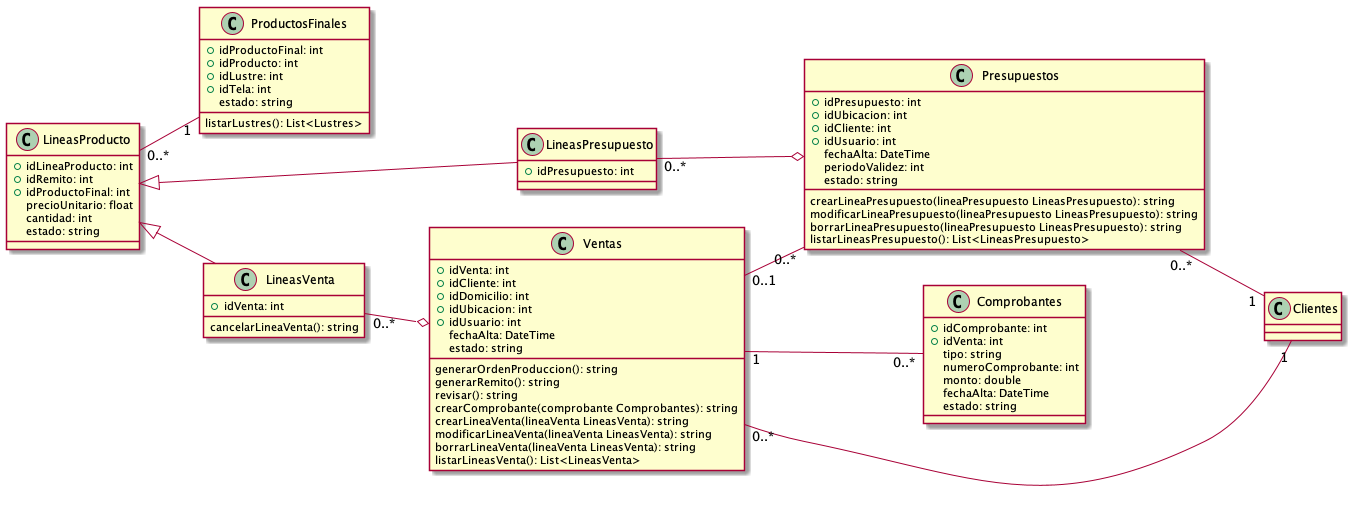
ZMGestion/DocumentacionZMGestion keeps this PlantUML diagram as Informe Final/Imagenes/DiagramaClases/Vistas/vistaPresupuestosVentas.png. Above is the earlier version.
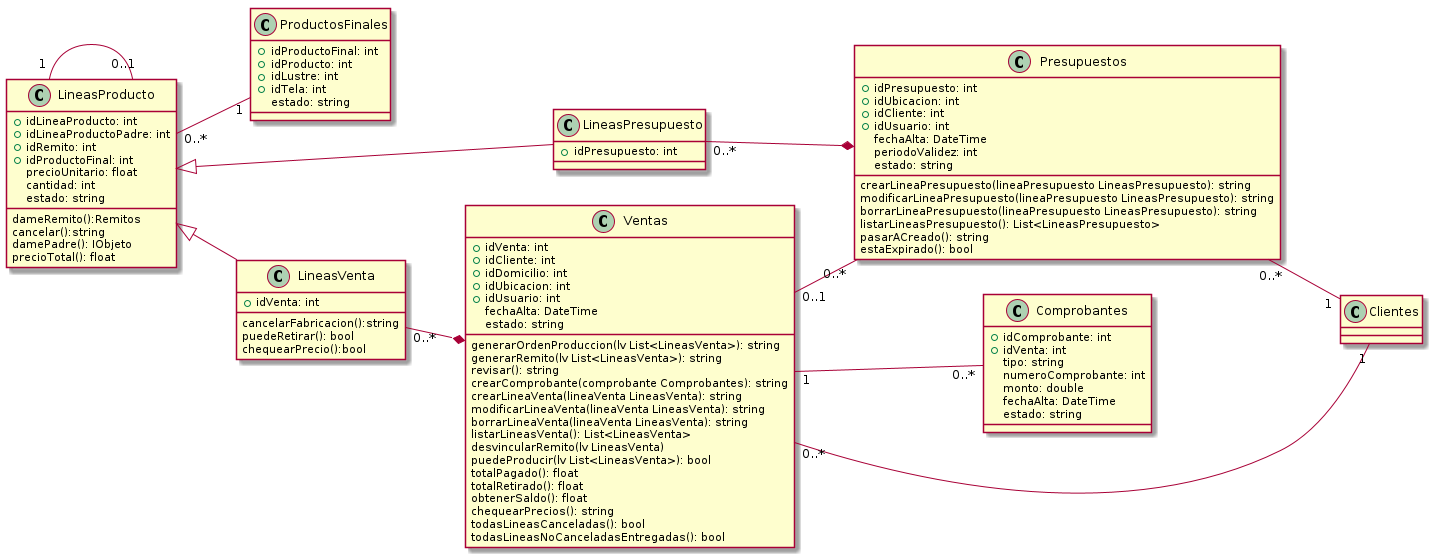
Above is the later version.

Diff of the diagram source:
```diff
@@ -6,20 +6,30 @@
     +idTela: int
     estado: string
 
-    listarLustres(): List<Lustres>
+
 }
 class LineasProducto{
     +idLineaProducto: int
+    +idLineaProductoPadre: int
     +idRemito: int
     +idProductoFinal: int
     precioUnitario: float
     cantidad: int
     estado: string
+
+    dameRemito():Remitos
+    cancelar():string
+    damePadre(): IObjeto
+    precioTotal(): float
 }
 class LineasVenta{
     +idVenta: int
 
-    cancelarLineaVenta(): string
+    cancelarFabricacion():string
+    puedeRetirar(): bool
+    chequearPrecio():bool
+
+
 }
 class LineasPresupuesto{
     +idPresupuesto: int
@@ -33,14 +43,23 @@
     fechaAlta: DateTime
     estado: string
 
-    generarOrdenProduccion(): string
-    generarRemito(): string
+    generarOrdenProduccion(lv List<LineasVenta>): string
+    generarRemito(lv List<LineasVenta>): string
     revisar(): string
     crearComprobante(comprobante Comprobantes): string
     crearLineaVenta(lineaVenta LineasVenta): string
     modificarLineaVenta(lineaVenta LineasVenta): string
     borrarLineaVenta(lineaVenta LineasVenta): string
     listarLineasVenta(): List<LineasVenta>
+    desvincularRemito(lv LineasVenta)
+    puedeProducir(lv List<LineasVenta>): bool
+    totalPagado(): float
+    totalRetirado(): float
+    obtenerSaldo(): float
+    chequearPrecios(): string
+    todasLineasCanceladas(): bool
+    todasLineasNoCanceladasEntregadas(): bool
+
 }
 class Presupuestos{
     +idPresupuesto: int
@@ -55,6 +74,8 @@
     modificarLineaPresupuesto(lineaPresupuesto LineasPresupuesto): string
     borrarLineaPresupuesto(lineaPresupuesto LineasPresupuesto): string
     listarLineasPresupuesto(): List<LineasPresupuesto>
+    pasarACreado(): string
+    estaExpirado(): bool
 }
 class Comprobantes{
     +idComprobante: int
@@ -69,8 +90,9 @@
 left to right direction
 LineasProducto <|-- LineasVenta
 LineasProducto <|-- LineasPresupuesto
-LineasVenta "0..*"--o Ventas
-LineasPresupuesto "0..*"--o Presupuestos
+LineasProducto "1" -- "0..1" LineasProducto
+LineasVenta "0..*"--* Ventas
+LineasPresupuesto "0..*"--* Presupuestos
 Ventas "0..*" -- "1" Clientes
 Presupuestos "0..*"--"1" Clientes
 Ventas "0..1" -- "0..*" Presupuestos
```
